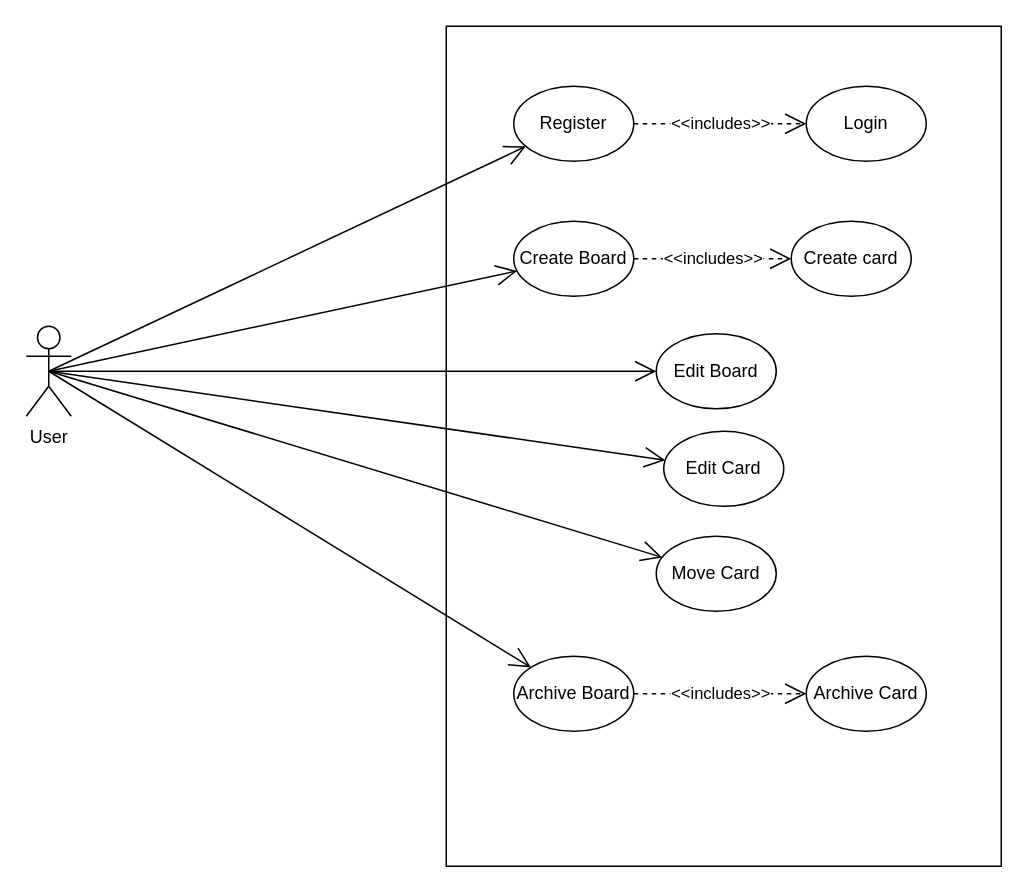
Above: diagrams/use case diagram.drawio in damiankryzia71/trello-clone-app (draw.io), before the change. Source tidied: cells renumbered, new cells numbered last; positions are measured from the earlier drawing's top-left corner, leaving out a move shared by most shapes. Both pictures are drawn from the tidied source at 150%, with x=0, y=0 at pixel (26, 26).
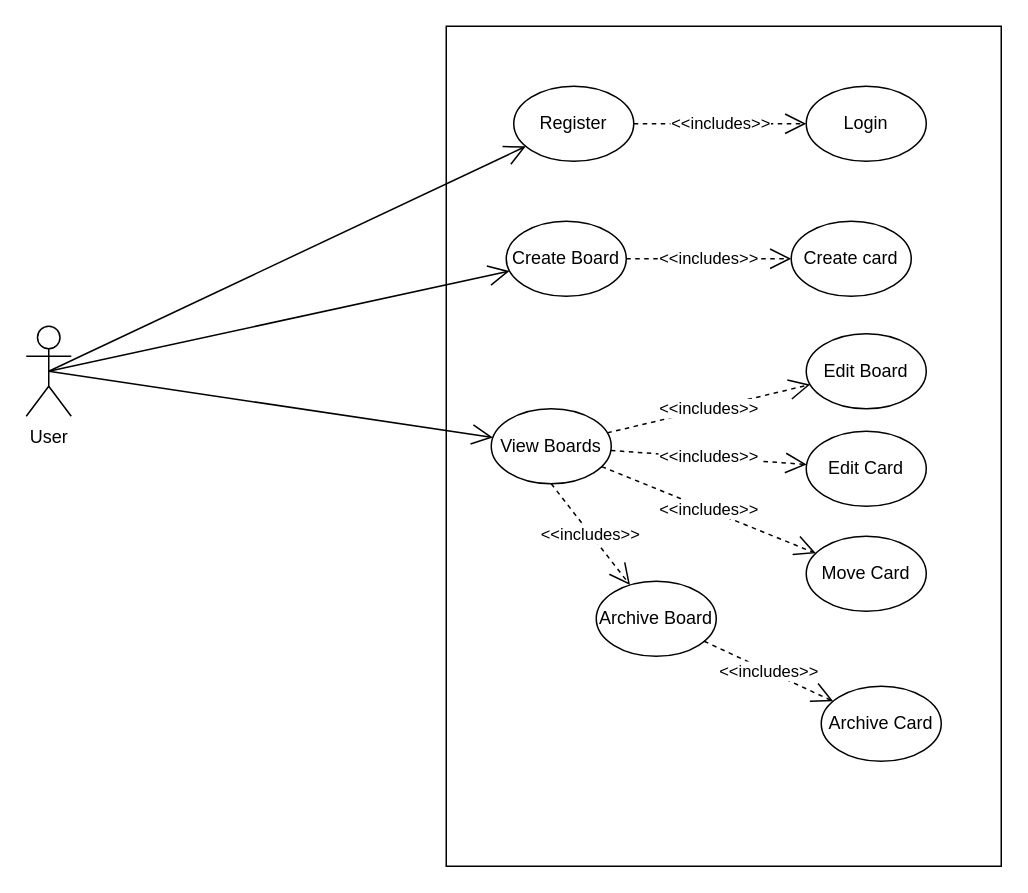
The same page after the edit.

Unchanged cells that the change refers to:
```xml
<mxCell id="3" value="User&lt;div&gt;&lt;br&gt;&lt;/div&gt;" style="shape=umlActor;verticalLabelPosition=bottom;verticalAlign=top;html=1;outlineConnect=0;" parent="1" vertex="1">
  <mxGeometry y="200" width="30" height="60" as="geometry" />
</mxCell>
```

Change to the diagram source:
```diff
@@
     <mxCell id="8" value="Create Board" style="ellipse;whiteSpace=wrap;html=1;" parent="1" vertex="1">
-      <mxGeometry x="325" y="130" width="80" height="50" as="geometry" />
+      <mxGeometry x="320" y="130" width="80" height="50" as="geometry" />
     </mxCell>
@@
     <mxCell id="11" value="Edit Board" style="ellipse;whiteSpace=wrap;html=1;" parent="1" vertex="1">
-      <mxGeometry x="420" y="205" width="80" height="50" as="geometry" />
+      <mxGeometry x="520" y="205" width="80" height="50" as="geometry" />
     </mxCell>
     <mxCell id="12" value="Edit Card" style="ellipse;whiteSpace=wrap;html=1;" parent="1" vertex="1">
-      <mxGeometry x="425" y="270" width="80" height="50" as="geometry" />
+      <mxGeometry x="520" y="270" width="80" height="50" as="geometry" />
     </mxCell>
     <mxCell id="13" value="Move Card" style="ellipse;whiteSpace=wrap;html=1;" parent="1" vertex="1">
-      <mxGeometry x="420" y="340" width="80" height="50" as="geometry" />
+      <mxGeometry x="520" y="340" width="80" height="50" as="geometry" />
     </mxCell>
     <mxCell id="14" value="Archive Board" style="ellipse;whiteSpace=wrap;html=1;" parent="1" vertex="1">
-      <mxGeometry x="325" y="420" width="80" height="50" as="geometry" />
+      <mxGeometry x="380" y="370" width="80" height="50" as="geometry" />
     </mxCell>
     <mxCell id="15" value="Archive Card" style="ellipse;whiteSpace=wrap;html=1;" parent="1" vertex="1">
-      <mxGeometry x="520" y="420" width="80" height="50" as="geometry" />
+      <mxGeometry x="530" y="440" width="80" height="50" as="geometry" />
     </mxCell>
@@
-    <mxCell id="18" style="endArrow=open;endFill=1;endSize=12;html=1;rounded=0;exitX=0.5;exitY=0.5;exitDx=0;exitDy=0;exitPerimeter=0;" parent="1" edge="1" source="3" target="11">
-      <mxGeometry relative="1" as="geometry" />
-    </mxCell>
-    <mxCell id="19" style="endArrow=open;endFill=1;endSize=12;html=1;rounded=0;exitX=0.5;exitY=0.5;exitDx=0;exitDy=0;exitPerimeter=0;" parent="1" edge="1" source="3" target="12">
+    <mxCell id="19" style="endArrow=open;endFill=1;endSize=12;html=1;rounded=0;exitX=0.5;exitY=0.5;exitDx=0;exitDy=0;exitPerimeter=0;" parent="1" edge="1" source="3" target="22">
       <mxGeometry relative="1" as="geometry" />
     </mxCell>
-    <mxCell id="20" style="endArrow=open;endFill=1;endSize=12;html=1;rounded=0;exitX=0.5;exitY=0.5;exitDx=0;exitDy=0;exitPerimeter=0;" parent="1" edge="1" source="3" target="13">
-      <mxGeometry relative="1" as="geometry" />
-    </mxCell>
-    <mxCell id="21" style="endArrow=open;endFill=1;endSize=12;html=1;rounded=0;exitX=0.5;exitY=0.5;exitDx=0;exitDy=0;exitPerimeter=0;" parent="1" edge="1" source="3" target="14">
-      <mxGeometry relative="1" as="geometry" />
-    </mxCell>
+    <mxCell id="22" value="View Boards" style="ellipse;whiteSpace=wrap;html=1;" parent="1" vertex="1">
+      <mxGeometry x="310" y="255" width="80" height="50" as="geometry" />
+    </mxCell>
+    <mxCell id="23" value="&amp;lt;&amp;lt;includes&amp;gt;&amp;gt;" style="endArrow=open;endSize=12;dashed=1;html=1;rounded=0;" parent="1" edge="1" source="22" target="11">
+      <mxGeometry relative="1" as="geometry" />
+    </mxCell>
+    <mxCell id="24" value="&amp;lt;&amp;lt;includes&amp;gt;&amp;gt;" style="endArrow=open;endSize=12;dashed=1;html=1;rounded=0;" parent="1" edge="1" source="22" target="12">
+      <mxGeometry relative="1" as="geometry" />
+    </mxCell>
+    <mxCell id="25" value="&amp;lt;&amp;lt;includes&amp;gt;&amp;gt;" style="endArrow=open;endSize=12;dashed=1;html=1;rounded=0;" parent="1" edge="1" source="22" target="13">
+      <mxGeometry relative="1" as="geometry" />
+    </mxCell>
+    <mxCell id="26" value="&amp;lt;&amp;lt;includes&amp;gt;&amp;gt;" style="endArrow=open;endSize=12;dashed=1;html=1;rounded=0;exitX=0.5;exitY=1;exitDx=0;exitDy=0;" parent="1" edge="1" source="22" target="14">
+      <mxGeometry relative="1" as="geometry" />
+    </mxCell>
```
